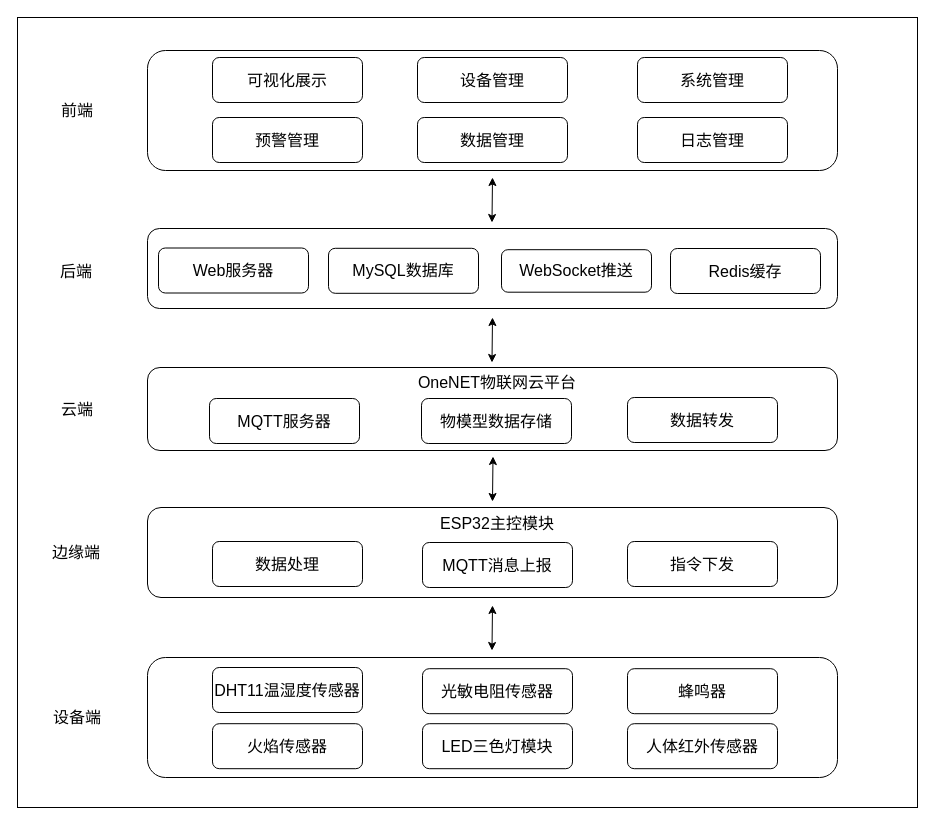
Earlier version of the draw.io diagram 系统架构图.drawio (zhangruyi3906/img). Source tidied: cells renumbered, new cells numbered last; positions are measured from the earlier drawing's top-left corner, leaving out a move shared by most shapes. Both pictures are drawn from the tidied source at 100%, with x=0, y=0 at pixel (17, 17).
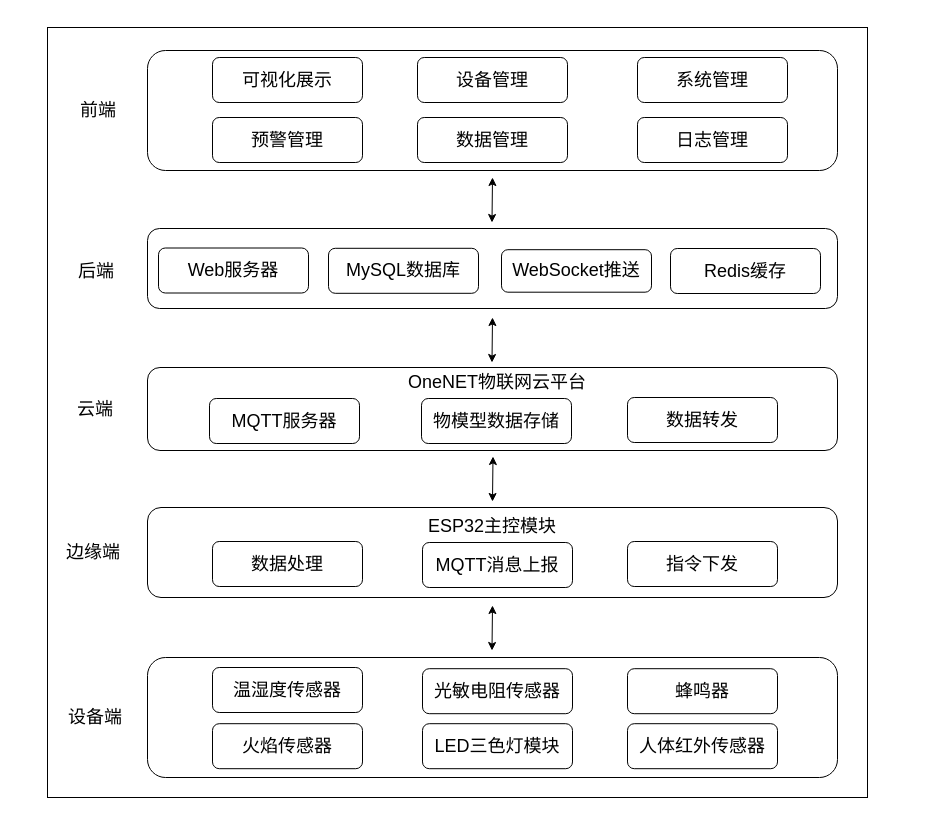
After the change.

Commit message:
更新系统架构图.drawio

Change to the diagram source:
```diff
@@
     <mxCell id="2" style="rounded=0;whiteSpace=wrap;html=1;" parent="1" vertex="1">
-      <mxGeometry width="900" height="790" as="geometry" />
+      <mxGeometry x="30" y="10" width="820" height="770" as="geometry" />
     </mxCell>
@@
-    <mxCell id="8" value="&lt;font style=&quot;font-size: 16px;&quot;&gt;设备端&lt;/font&gt;" style="text;html=1;align=center;verticalAlign=middle;whiteSpace=wrap;rounded=0;" parent="1" vertex="1">
-      <mxGeometry x="30" y="685" width="60" height="30" as="geometry" />
+    <mxCell id="8" value="&lt;font style=&quot;font-size: 18px;&quot;&gt;设备端&lt;/font&gt;" style="text;html=1;align=center;verticalAlign=middle;whiteSpace=wrap;rounded=0;" parent="1" vertex="1">
+      <mxGeometry x="48" y="685" width="60" height="30" as="geometry" />
     </mxCell>
-    <mxCell id="9" value="&lt;font style=&quot;font-size: 16px;&quot;&gt;边缘端&lt;/font&gt;" style="text;html=1;align=center;verticalAlign=middle;whiteSpace=wrap;rounded=0;" parent="1" vertex="1">
-      <mxGeometry x="29" y="520" width="60" height="30" as="geometry" />
+    <mxCell id="9" value="&lt;font style=&quot;font-size: 18px;&quot;&gt;边缘端&lt;/font&gt;" style="text;html=1;align=center;verticalAlign=middle;whiteSpace=wrap;rounded=0;" parent="1" vertex="1">
+      <mxGeometry x="46" y="520" width="60" height="30" as="geometry" />
     </mxCell>
-    <mxCell id="10" value="&lt;font style=&quot;font-size: 16px;&quot;&gt;云端&lt;/font&gt;" style="text;html=1;align=center;verticalAlign=middle;whiteSpace=wrap;rounded=0;" parent="1" vertex="1">
-      <mxGeometry x="30" y="376.5" width="60" height="30" as="geometry" />
+    <mxCell id="10" value="&lt;font style=&quot;font-size: 18px;&quot;&gt;云端&lt;/font&gt;" style="text;html=1;align=center;verticalAlign=middle;whiteSpace=wrap;rounded=0;" parent="1" vertex="1">
+      <mxGeometry x="48" y="376.5" width="60" height="30" as="geometry" />
     </mxCell>
-    <mxCell id="11" value="&lt;font style=&quot;font-size: 16px;&quot;&gt;后端&lt;/font&gt;" style="text;html=1;align=center;verticalAlign=middle;whiteSpace=wrap;rounded=0;" parent="1" vertex="1">
-      <mxGeometry x="29" y="238.5" width="60" height="30" as="geometry" />
+    <mxCell id="11" value="&lt;font style=&quot;font-size: 18px;&quot;&gt;后端&lt;/font&gt;" style="text;html=1;align=center;verticalAlign=middle;whiteSpace=wrap;rounded=0;" parent="1" vertex="1">
+      <mxGeometry x="49" y="238.5" width="60" height="30" as="geometry" />
     </mxCell>
-    <mxCell id="12" value="&lt;font style=&quot;font-size: 16px;&quot;&gt;前端&lt;/font&gt;" style="text;html=1;align=center;verticalAlign=middle;whiteSpace=wrap;rounded=0;" parent="1" vertex="1">
-      <mxGeometry x="30" y="78" width="60" height="30" as="geometry" />
+    <mxCell id="12" value="&lt;font style=&quot;font-size: 18px;&quot;&gt;前端&lt;/font&gt;" style="text;html=1;align=center;verticalAlign=middle;whiteSpace=wrap;rounded=0;" parent="1" vertex="1">
+      <mxGeometry x="51" y="78" width="60" height="30" as="geometry" />
     </mxCell>
-    <mxCell id="13" value="&lt;span style=&quot;font-size: 16px;&quot;&gt;&lt;font face=&quot;Helvetica&quot;&gt;火焰传感器&lt;/font&gt;&lt;/span&gt;" style="rounded=1;whiteSpace=wrap;html=1;" parent="1" vertex="1">
+    <mxCell id="13" value="&lt;font style=&quot;font-size: 18px;&quot; face=&quot;Helvetica&quot;&gt;火焰传感器&lt;/font&gt;" style="rounded=1;whiteSpace=wrap;html=1;" parent="1" vertex="1">
       <mxGeometry x="195" y="706.2" width="150" height="45" as="geometry" />
     </mxCell>
-    <mxCell id="14" value="&lt;font style=&quot;font-size: 16px;&quot;&gt;&lt;font face=&quot;Helvetica&quot;&gt;DHT11&lt;/font&gt;&lt;font style=&quot;&quot;&gt;温湿度传感器&lt;/font&gt;&lt;/font&gt;" style="rounded=1;whiteSpace=wrap;html=1;" parent="1" vertex="1">
+    <mxCell id="14" value="&lt;font style=&quot;&quot;&gt;&lt;font style=&quot;font-size: 18px;&quot;&gt;温湿度传感器&lt;/font&gt;&lt;/font&gt;" style="rounded=1;whiteSpace=wrap;html=1;" parent="1" vertex="1">
       <mxGeometry x="195" y="650" width="150" height="45" as="geometry" />
     </mxCell>
-    <mxCell id="15" value="&lt;span style=&quot;font-size: 16px;&quot;&gt;&lt;font face=&quot;Helvetica&quot;&gt;光敏电阻传感器&lt;/font&gt;&lt;/span&gt;" style="rounded=1;whiteSpace=wrap;html=1;" parent="1" vertex="1">
+    <mxCell id="15" value="&lt;font style=&quot;font-size: 18px;&quot; face=&quot;Helvetica&quot;&gt;光敏电阻传感器&lt;/font&gt;" style="rounded=1;whiteSpace=wrap;html=1;" parent="1" vertex="1">
       <mxGeometry x="405" y="651.2" width="150" height="45" as="geometry" />
     </mxCell>
-    <mxCell id="16" value="&lt;span style=&quot;font-size: 16px;&quot;&gt;&lt;font face=&quot;Helvetica&quot;&gt;蜂鸣器&lt;/font&gt;&lt;/span&gt;" style="rounded=1;whiteSpace=wrap;html=1;" parent="1" vertex="1">
+    <mxCell id="16" value="&lt;font style=&quot;font-size: 18px;&quot; face=&quot;Helvetica&quot;&gt;蜂鸣器&lt;/font&gt;" style="rounded=1;whiteSpace=wrap;html=1;" parent="1" vertex="1">
       <mxGeometry x="610" y="651.2" width="150" height="45" as="geometry" />
     </mxCell>
-    <mxCell id="17" value="&lt;span style=&quot;font-size: 16px;&quot;&gt;&lt;font face=&quot;Helvetica&quot;&gt;人体红外传感器&lt;/font&gt;&lt;/span&gt;" style="rounded=1;whiteSpace=wrap;html=1;" parent="1" vertex="1">
+    <mxCell id="17" value="&lt;font style=&quot;font-size: 18px;&quot; face=&quot;Helvetica&quot;&gt;人体红外传感器&lt;/font&gt;" style="rounded=1;whiteSpace=wrap;html=1;" parent="1" vertex="1">
       <mxGeometry x="610" y="706.2" width="150" height="45" as="geometry" />
     </mxCell>
-    <mxCell id="18" value="&lt;span style=&quot;font-size: 16px;&quot;&gt;&lt;font face=&quot;Helvetica&quot;&gt;LED三色灯模块&lt;/font&gt;&lt;/span&gt;" style="rounded=1;whiteSpace=wrap;html=1;" parent="1" vertex="1">
+    <mxCell id="18" value="&lt;font style=&quot;font-size: 18px;&quot; face=&quot;Helvetica&quot;&gt;LED三色灯模块&lt;/font&gt;" style="rounded=1;whiteSpace=wrap;html=1;" parent="1" vertex="1">
       <mxGeometry x="405" y="706.2" width="150" height="45" as="geometry" />
     </mxCell>
@@
-    <mxCell id="20" value="&lt;font style=&quot;font-size: 16px;&quot;&gt;ESP32主控模块&lt;/font&gt;" style="text;html=1;align=center;verticalAlign=middle;whiteSpace=wrap;rounded=0;" parent="1" vertex="1">
-      <mxGeometry x="420" y="491" width="120" height="30" as="geometry" />
+    <mxCell id="20" value="&lt;font style=&quot;font-size: 18px;&quot;&gt;ESP32主控模块&lt;/font&gt;" style="text;html=1;align=center;verticalAlign=middle;whiteSpace=wrap;rounded=0;" parent="1" vertex="1">
+      <mxGeometry x="395" y="494" width="160" height="30" as="geometry" />
     </mxCell>
-    <mxCell id="21" value="&lt;font style=&quot;font-size: 16px;&quot;&gt;数据处理&lt;/font&gt;" style="rounded=1;whiteSpace=wrap;html=1;" parent="1" vertex="1">
+    <mxCell id="21" value="&lt;font style=&quot;font-size: 18px;&quot;&gt;数据处理&lt;/font&gt;" style="rounded=1;whiteSpace=wrap;html=1;" parent="1" vertex="1">
       <mxGeometry x="195" y="524" width="150" height="45" as="geometry" />
     </mxCell>
-    <mxCell id="22" value="&lt;font style=&quot;font-size: 16px;&quot;&gt;指令下发&lt;/font&gt;" style="rounded=1;whiteSpace=wrap;html=1;" parent="1" vertex="1">
+    <mxCell id="22" value="&lt;font style=&quot;font-size: 18px;&quot;&gt;指令下发&lt;/font&gt;" style="rounded=1;whiteSpace=wrap;html=1;" parent="1" vertex="1">
       <mxGeometry x="610" y="524" width="150" height="45" as="geometry" />
     </mxCell>
-    <mxCell id="23" value="&lt;font style=&quot;font-size: 16px;&quot;&gt;MQTT消息上报&lt;/font&gt;" style="rounded=1;whiteSpace=wrap;html=1;" parent="1" vertex="1">
+    <mxCell id="23" value="&lt;font style=&quot;font-size: 18px;&quot;&gt;MQTT消息上报&lt;/font&gt;" style="rounded=1;whiteSpace=wrap;html=1;" parent="1" vertex="1">
       <mxGeometry x="405" y="525" width="150" height="45" as="geometry" />
     </mxCell>
-    <mxCell id="24" value="&lt;font style=&quot;font-size: 16px;&quot;&gt;OneNET物联网云平台&lt;/font&gt;" style="text;html=1;align=center;verticalAlign=middle;whiteSpace=wrap;rounded=0;" parent="1" vertex="1">
+    <mxCell id="24" value="&lt;font style=&quot;font-size: 18px;&quot;&gt;OneNET物联网云平台&lt;/font&gt;" style="text;html=1;align=center;verticalAlign=middle;whiteSpace=wrap;rounded=0;" parent="1" vertex="1">
       <mxGeometry x="380" y="350" width="200" height="30" as="geometry" />
     </mxCell>
-    <mxCell id="25" value="&lt;font style=&quot;font-size: 16px;&quot;&gt;MQTT服务器&lt;/font&gt;" style="rounded=1;whiteSpace=wrap;html=1;" parent="1" vertex="1">
+    <mxCell id="25" value="&lt;font style=&quot;font-size: 18px;&quot;&gt;MQTT服务器&lt;/font&gt;" style="rounded=1;whiteSpace=wrap;html=1;" parent="1" vertex="1">
       <mxGeometry x="192" y="381" width="150" height="45" as="geometry" />
     </mxCell>
-    <mxCell id="26" value="&lt;font style=&quot;font-size: 16px;&quot;&gt;数据转发&lt;/font&gt;" style="rounded=1;whiteSpace=wrap;html=1;" parent="1" vertex="1">
+    <mxCell id="26" value="&lt;font style=&quot;font-size: 18px;&quot;&gt;数据转发&lt;/font&gt;" style="rounded=1;whiteSpace=wrap;html=1;" parent="1" vertex="1">
       <mxGeometry x="610" y="380" width="150" height="45" as="geometry" />
     </mxCell>
-    <mxCell id="27" value="&lt;font style=&quot;font-size: 16px;&quot;&gt;物模型数据存储&lt;/font&gt;" style="rounded=1;whiteSpace=wrap;html=1;" parent="1" vertex="1">
+    <mxCell id="27" value="&lt;font style=&quot;font-size: 18px;&quot;&gt;物模型数据存储&lt;/font&gt;" style="rounded=1;whiteSpace=wrap;html=1;" parent="1" vertex="1">
       <mxGeometry x="404" y="381" width="150" height="45" as="geometry" />
     </mxCell>
-    <mxCell id="28" value="&lt;font style=&quot;font-size: 16px;&quot;&gt;Web服务器&lt;/font&gt;" style="rounded=1;whiteSpace=wrap;html=1;" parent="1" vertex="1">
+    <mxCell id="28" value="&lt;font style=&quot;font-size: 18px;&quot;&gt;Web服务器&lt;/font&gt;" style="rounded=1;whiteSpace=wrap;html=1;" parent="1" vertex="1">
       <mxGeometry x="141" y="230.5" width="150" height="45" as="geometry" />
     </mxCell>
-    <mxCell id="29" value="&lt;font style=&quot;font-size: 16px;&quot;&gt;MySQL数据库&lt;/font&gt;" style="rounded=1;whiteSpace=wrap;html=1;" parent="1" vertex="1">
+    <mxCell id="29" value="&lt;font style=&quot;font-size: 18px;&quot;&gt;MySQL数据库&lt;/font&gt;" style="rounded=1;whiteSpace=wrap;html=1;" parent="1" vertex="1">
       <mxGeometry x="311" y="230.8" width="150" height="45" as="geometry" />
     </mxCell>
-    <mxCell id="30" value="&lt;font style=&quot;font-size: 16px;&quot;&gt;Redis缓存&lt;/font&gt;" style="rounded=1;whiteSpace=wrap;html=1;" parent="1" vertex="1">
+    <mxCell id="30" value="&lt;font style=&quot;font-size: 18px;&quot;&gt;Redis缓存&lt;/font&gt;" style="rounded=1;whiteSpace=wrap;html=1;" parent="1" vertex="1">
       <mxGeometry x="653" y="231" width="150" height="45" as="geometry" />
     </mxCell>
-    <mxCell id="31" value="&lt;font style=&quot;font-size: 16px;&quot;&gt;可视化展示&lt;/font&gt;" style="rounded=1;whiteSpace=wrap;html=1;" parent="1" vertex="1">
+    <mxCell id="31" value="&lt;font style=&quot;font-size: 18px;&quot;&gt;可视化展示&lt;/font&gt;" style="rounded=1;whiteSpace=wrap;html=1;" parent="1" vertex="1">
       <mxGeometry x="195" y="40" width="150" height="45" as="geometry" />
     </mxCell>
-    <mxCell id="32" value="&lt;font style=&quot;font-size: 16px;&quot;&gt;预警管理&lt;/font&gt;" style="rounded=1;whiteSpace=wrap;html=1;" parent="1" vertex="1">
+    <mxCell id="32" value="&lt;font style=&quot;font-size: 18px;&quot;&gt;预警管理&lt;/font&gt;" style="rounded=1;whiteSpace=wrap;html=1;" parent="1" vertex="1">
       <mxGeometry x="195" y="100" width="150" height="45" as="geometry" />
     </mxCell>
-    <mxCell id="33" value="&lt;font style=&quot;font-size: 16px;&quot;&gt;设备管理&lt;/font&gt;" style="rounded=1;whiteSpace=wrap;html=1;" parent="1" vertex="1">
+    <mxCell id="33" value="&lt;font style=&quot;font-size: 18px;&quot;&gt;设备管理&lt;/font&gt;" style="rounded=1;whiteSpace=wrap;html=1;" parent="1" vertex="1">
       <mxGeometry x="400" y="40" width="150" height="45" as="geometry" />
     </mxCell>
-    <mxCell id="34" value="&lt;font style=&quot;font-size: 16px;&quot;&gt;数据管理&lt;/font&gt;" style="rounded=1;whiteSpace=wrap;html=1;" parent="1" vertex="1">
+    <mxCell id="34" value="&lt;font style=&quot;font-size: 18px;&quot;&gt;数据管理&lt;/font&gt;" style="rounded=1;whiteSpace=wrap;html=1;" parent="1" vertex="1">
       <mxGeometry x="400" y="100" width="150" height="45" as="geometry" />
     </mxCell>
-    <mxCell id="35" value="&lt;font style=&quot;font-size: 16px;&quot;&gt;WebSocket推送&lt;/font&gt;" style="rounded=1;whiteSpace=wrap;html=1;" parent="1" vertex="1">
+    <mxCell id="35" value="&lt;font style=&quot;font-size: 18px;&quot;&gt;WebSocket推送&lt;/font&gt;" style="rounded=1;whiteSpace=wrap;html=1;" parent="1" vertex="1">
       <mxGeometry x="484" y="232.2" width="150" height="42.5" as="geometry" />
     </mxCell>
-    <mxCell id="36" value="&lt;font style=&quot;font-size: 16px;&quot;&gt;系统管理&lt;/font&gt;" style="rounded=1;whiteSpace=wrap;html=1;" parent="1" vertex="1">
+    <mxCell id="36" value="&lt;font style=&quot;font-size: 18px;&quot;&gt;系统管理&lt;/font&gt;" style="rounded=1;whiteSpace=wrap;html=1;" parent="1" vertex="1">
       <mxGeometry x="620" y="40" width="150" height="45" as="geometry" />
     </mxCell>
-    <mxCell id="37" value="&lt;font style=&quot;font-size: 16px;&quot;&gt;日志管理&lt;/font&gt;" style="rounded=1;whiteSpace=wrap;html=1;" parent="1" vertex="1">
+    <mxCell id="37" value="&lt;font style=&quot;font-size: 18px;&quot;&gt;日志管理&lt;/font&gt;" style="rounded=1;whiteSpace=wrap;html=1;" parent="1" vertex="1">
       <mxGeometry x="620" y="100" width="150" height="45" as="geometry" />
     </mxCell>
```
